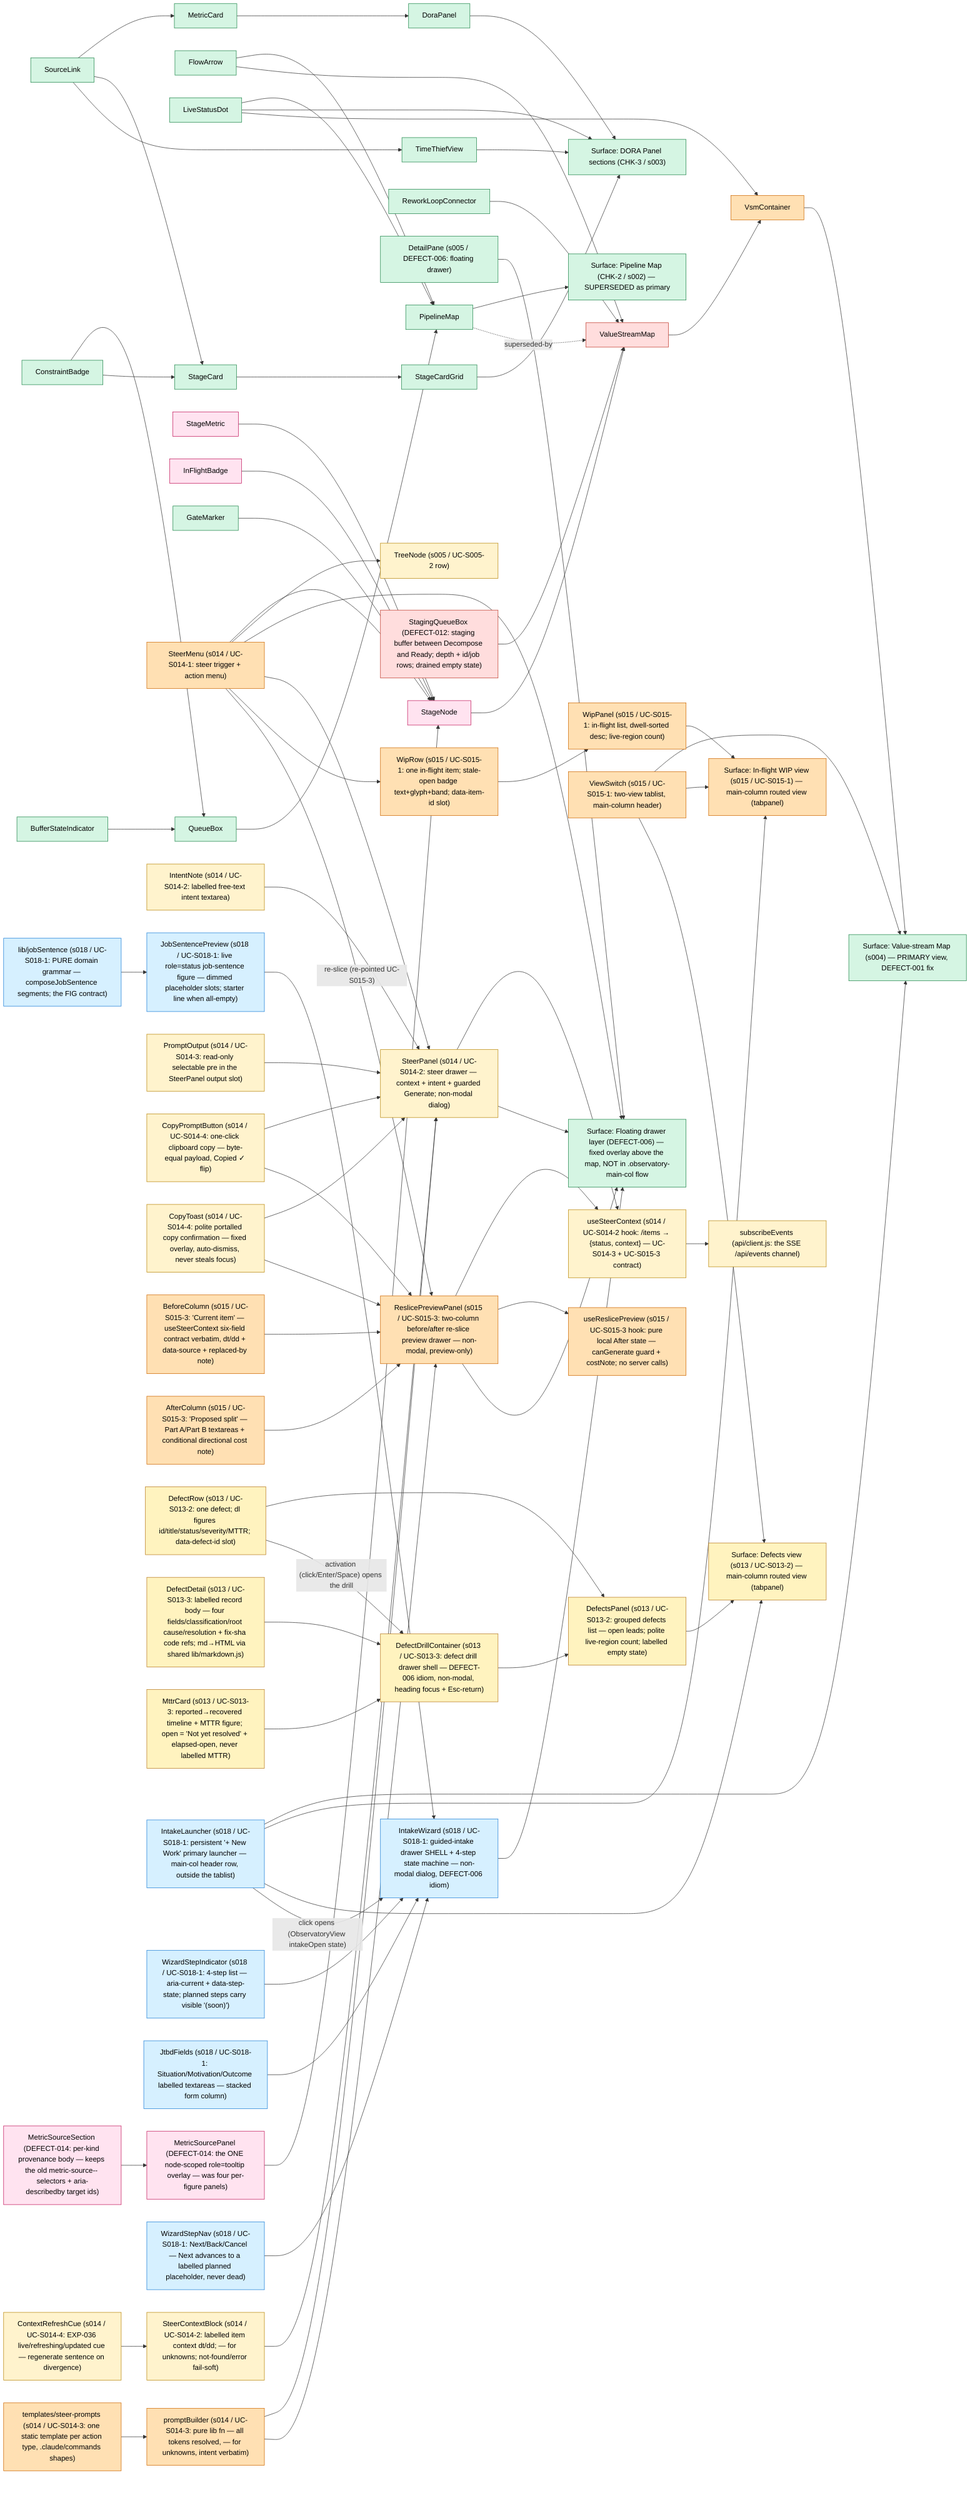
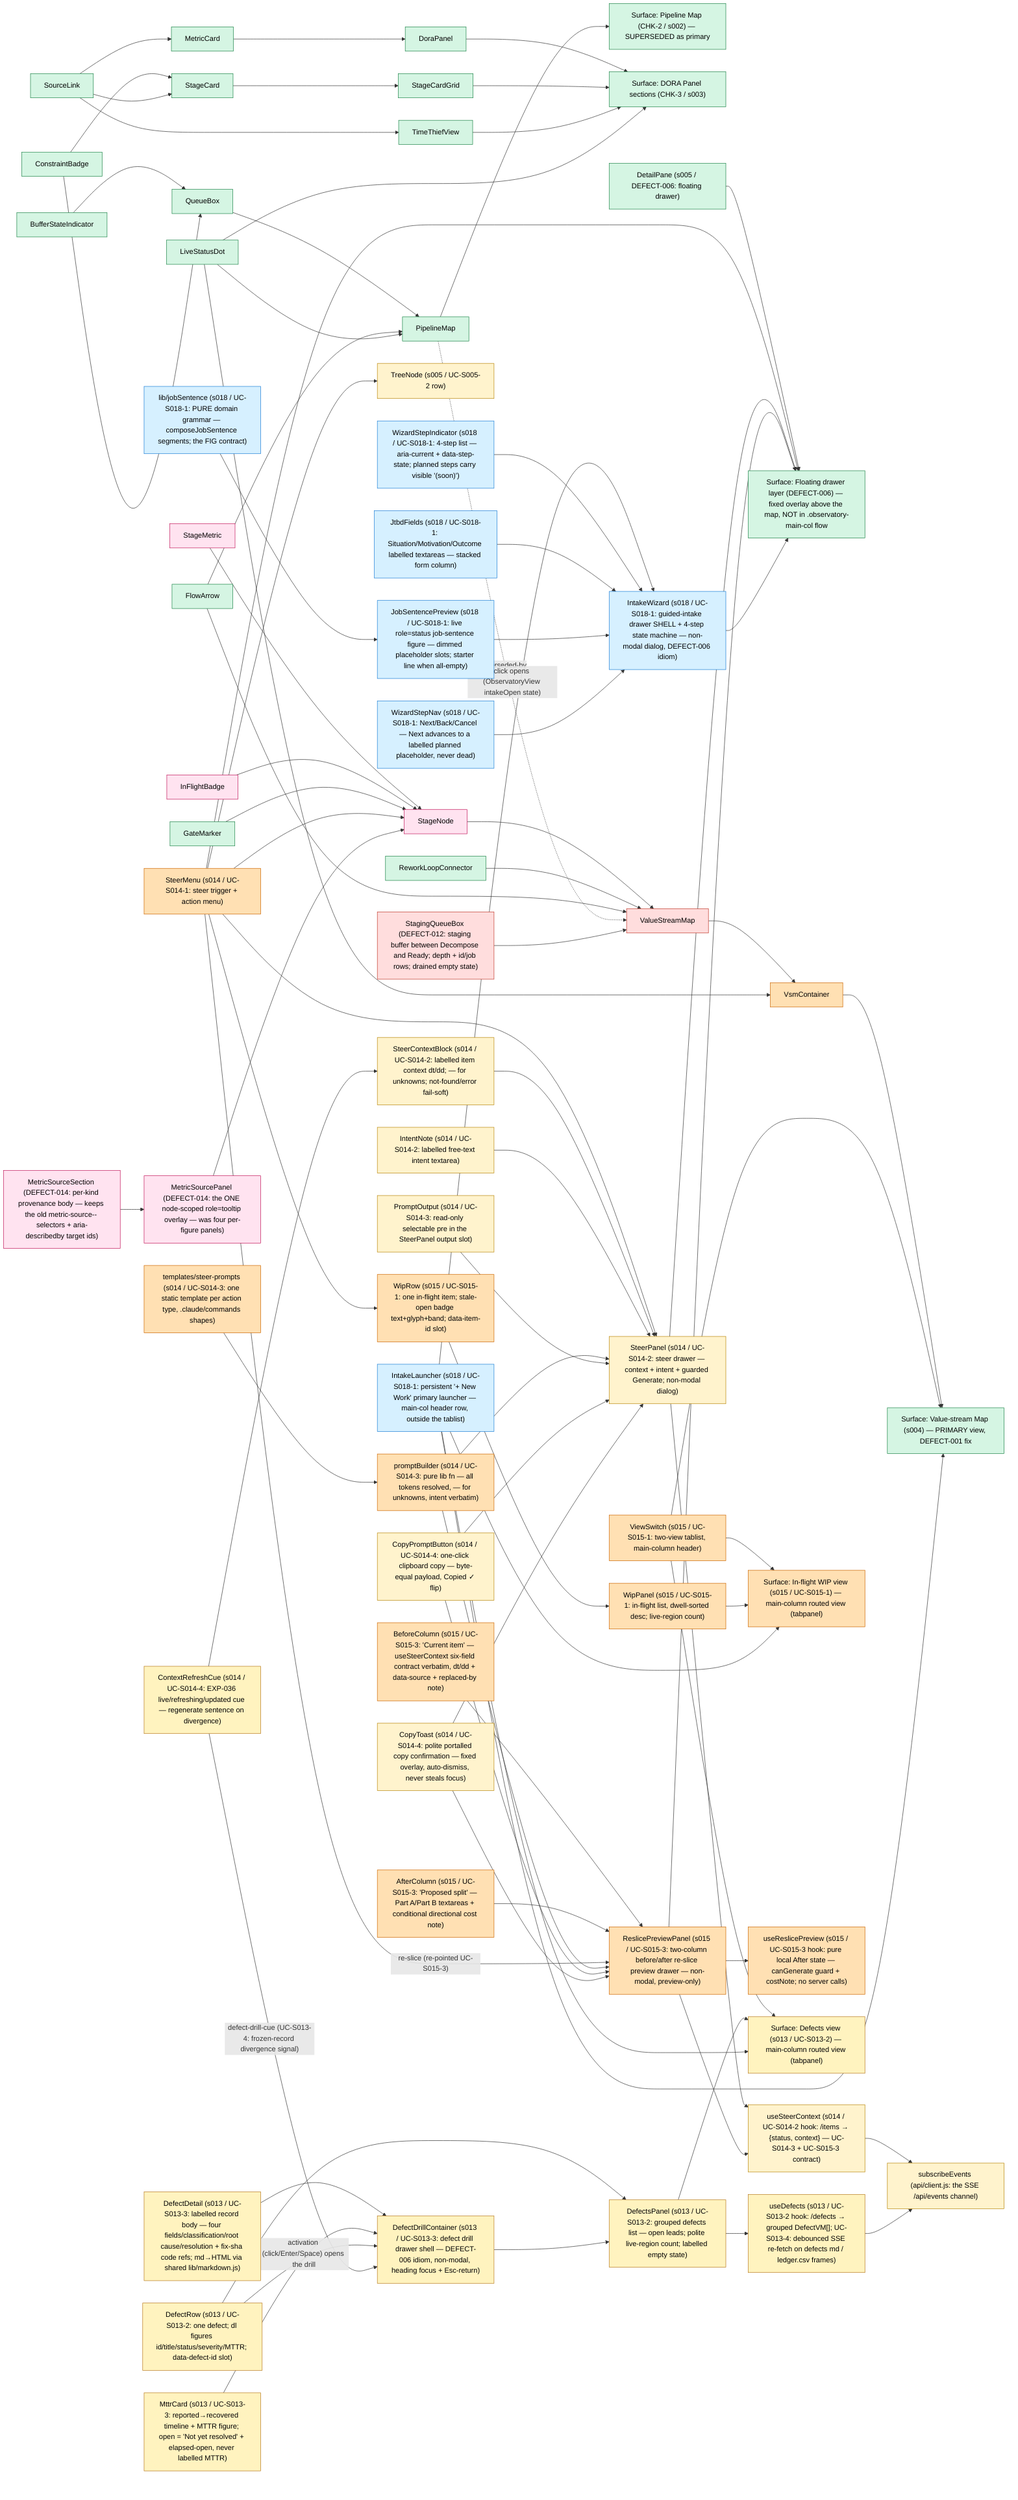
%% Observatory UI change-impact model — design-system components -> surfaces that use them.
%% Owner: ui-designer. Edges = "used by". Nodes/edges added or re-pointed in a commit
%% are marked `class ... changed` in the SAME commit; the tester consumes the marks
%% as the UI test-plan input, then they are cleared at slice delivery.
%% Seeded: s002-pipeline-map (CHK-2) — DELIVERED 2026-06-09T02:22:00Z; all nodes stable.
graph LR
  %% --- surfaces ---
  PipelineMapScreen["Surface: Pipeline Map (CHK-2 / s002) — SUPERSEDED as primary"]
  DoraPanelScreen["Surface: DORA Panel sections (CHK-3 / s003)"]
  ValueStreamScreen["Surface: Value-stream Map (s004) — PRIMARY view, DEFECT-001 fix"]
  ObservatoryDrawerLayer["Surface: Floating drawer layer (DEFECT-006) — fixed overlay above the map, NOT in .observatory-main-col flow"]

  %% --- design-system components ---
  PipelineMap["PipelineMap"]
  QueueBox["QueueBox"]
  BufferStateIndicator["BufferStateIndicator"]
  ConstraintBadge["ConstraintBadge"]
  FlowArrow["FlowArrow"]
  LiveStatusDot["LiveStatusDot"]
  DoraPanel["DoraPanel"]
  MetricCard["MetricCard"]
  StageCardGrid["StageCardGrid"]
  StageCard["StageCard"]
  TimeThiefView["TimeThiefView"]
  SourceLink["SourceLink"]
  %% s004 value-stream components (DEFECT-001 fix) — mounted as the PRIMARY view
  VsmContainer["VsmContainer"]
  ValueStreamMap["ValueStreamMap"]
  StageNode["StageNode"]
  StageMetric["StageMetric"]
  InFlightBadge["InFlightBadge"]
  GateMarker["GateMarker"]
  ReworkLoopConnector["ReworkLoopConnector"]

  %% --- used-by edges ---
  PipelineMap --> PipelineMapScreen
  QueueBox --> PipelineMap
  BufferStateIndicator --> QueueBox
  ConstraintBadge --> QueueBox
  FlowArrow --> PipelineMap
  LiveStatusDot --> PipelineMap
  %% CHK-3 (s003) used-by edges
  DoraPanel --> DoraPanelScreen
  StageCardGrid --> DoraPanelScreen
  TimeThiefView --> DoraPanelScreen
  MetricCard --> DoraPanel
  StageCard --> StageCardGrid
  ConstraintBadge --> StageCard
  SourceLink --> MetricCard
  SourceLink --> StageCard
  SourceLink --> TimeThiefView
  LiveStatusDot --> DoraPanelScreen
  %% s004 (DEFECT-001) used-by edges — the value-stream map becomes the primary surface.
  %% Runtime routing path: main.jsx mounts VsmContainer (NOT MapContainer) → ValueStreamMap.
  VsmContainer --> ValueStreamScreen
  ValueStreamMap --> VsmContainer
  StageNode --> ValueStreamMap
  StageMetric --> StageNode
  InFlightBadge --> StageNode
  GateMarker --> StageNode
  ReworkLoopConnector --> ValueStreamMap
  FlowArrow --> ValueStreamMap
  LiveStatusDot --> VsmContainer
  %% supersession: PipelineMap is no longer mounted as the primary view (still in tree, tested).
  PipelineMap -. superseded-by .-> ValueStreamMap

  %% DEFECT-006: DetailPane RE-POINTED — was an in-flow sibling of ValueStreamMap inside
  %% .observatory-main-col (reflowed the map); now a position:fixed floating drawer on its
  %% own overlay layer. The re-point is the regression-guard input for the tester (GEO-S005-3b).
  DetailPane["DetailPane (s005 / DEFECT-006: floating drawer)"]
  DetailPane --> ObservatoryDrawerLayer

  %% s014 / UC-S014-1: SteerMenu (NEW) — per-item steer trigger + body-portalled
  %% role=menu popover (4 action types). Composed READ-ONLY into the queue chips
  %% (StageNode) and the tree rows (TreeNode); onSteer(itemId, actionType) prop
  %% slot threads VsmContainer→ValueStreamMap→StageNode and WorkItemTree→TreeNode
  %% (no host logic change). The popover renders on the fixed-overlay layer
  %% (DEFECT-006 discipline) — zero flow height, own stacking context.
  %% NOTE for tester: trigger carries data-steer-item-id (NOT data-item-id — that
  %% stays the treeitem's unique selector); MetricSource reveal panels are now
  %% pointer-events:none so they cannot intercept clicks on the chips' triggers.
  TreeNode["TreeNode (s005 / UC-S005-2 row)"]
  SteerMenu["SteerMenu (s014 / UC-S014-1: steer trigger + action menu)"]
  SteerMenu --> StageNode
  SteerMenu --> TreeNode
  SteerMenu --> ObservatoryDrawerLayer

  %% s014 / UC-S014-2: SteerPanel (NEW) — the right-anchored NON-MODAL steer
  %% drawer the SteerMenu opens (DetailPane drawer IDIOM, not the component):
  %% position:fixed + portalled to document.body, z = --z-drawer + 1 (topmost
  %% over a co-open DetailPane). Regions: header → SteerContextBlock (labelled
  %% dt/dd context, data-source anchor) → IntentNote textarea → guarded
  %% "Generate prompt" (aria-disabled until ≥1 char) → UC-S014-3 output SLOT.
  %% Data: useSteerContext(itemId) fetches the EXISTING /items endpoint
  %% (READ-ONLY; no new route) → {status, context} — the contract UC-S014-3
  %% (promptBuilder) and UC-S015-3 (ReslicePreviewPanel) consume verbatim.
  %% RUNTIME ROUTING for the tester: ObservatoryView now OWNS the steer gesture
  %% — onSteer threads ObservatoryView→WorkItemTreeContainer→WorkItemTree→
  %% TreeNode→SteerMenu AND ObservatoryView→VsmContainer→ValueStreamMap→
  %% StageNode→SteerMenu (UC-S014-1's stub destination is now real); selection
  %% mounts SteerPanelContainer as a layout sibling (body-portalled overlay).
  %% Esc/×/Cancel close → focus RETURNS to the opening steer trigger.
  SteerPanel["SteerPanel (s014 / UC-S014-2: steer drawer — context + intent + guarded Generate; non-modal dialog)"]
  SteerContextBlock["SteerContextBlock (s014 / UC-S014-2: labelled item context dt/dd; — for unknowns; not-found/error fail-soft)"]
  IntentNote["IntentNote (s014 / UC-S014-2: labelled free-text intent textarea)"]
  UseSteerContext["useSteerContext (s014 / UC-S014-2 hook: /items → {status, context} — UC-S014-3 + UC-S015-3 contract)"]
  SteerMenu --> SteerPanel
  SteerPanel --> UseSteerContext
  SteerContextBlock --> SteerPanel
  IntentNote --> SteerPanel
  SteerPanel --> ObservatoryDrawerLayer

  %% s014 / UC-S014-3 THIS commit: promptBuilder (NEW) — PURE lib fn (steer
  %% action type + SteerContext + intent note → filled slash-command prompt;
  %% client-side only, NO server call on Generate). Templates are STATIC
  %% strings, one per action type, shapes matching the committed
  %% .claude/commands (/defect's four REAL fields expected/actual/intent/
  %% importance; /intake priority update; /slice-next re-slice; freeform
  %% custom). RUNTIME ROUTING for the tester: SteerPanelContainer (NOT
  %% ObservatoryView — untouched this UC) owns generation — panel onGenerate →
  %% buildPrompt → `prompt` prop → PromptOutput <pre> rendered INSIDE the
  %% UC-S014-2 reserved slot (prompt-output-slot). Output is SELECTABLE text
  %% (user-select: text); prompt carries item id WITH job sentence + operator
  %% intent VERBATIM, never raw row refs (no sourceRef path / row:N). Copy
  %% button/toast + SSE refresh are UC-S014-4 — pinned ABSENT by
  %% SteerPanelPrompt.test.jsx.
  PromptBuilder["promptBuilder (s014 / UC-S014-3: pure lib fn — all tokens resolved, — for unknowns, intent verbatim)"]
  SteerPromptTemplates["templates/steer-prompts (s014 / UC-S014-3: one static template per action type, .claude/commands shapes)"]
  PromptOutput["PromptOutput (s014 / UC-S014-3: read-only selectable pre in the SteerPanel output slot)"]
  PromptBuilder --> SteerPanel
  SteerPromptTemplates --> PromptBuilder
  PromptOutput --> SteerPanel

  %% s014 / UC-S014-4 THIS commit (part 1 — SSE seam): useSteerContext gains a
  %% DEBOUNCED subscribeEvents → in-place refresh (the useWipItems idiom): a
  %% relevant items.csv change frame re-fetches the context WITHOUT a loading
  %% reset (old context stays displayed; additive `refreshing` flag exposed for
  %% the ContextRefreshCue). Fail-soft without EventSource (jsdom → static).
  %% RUNTIME ROUTING for the tester: the refresh updates the CONTEXT BLOCK ONLY
  %% — prompt state lives in SteerPanelContainer and mutates exclusively on an
  %% explicit Generate press (PROMPT-FREEZE-1).
  SubscribeEvents["subscribeEvents (api/client.js: the SSE /api/events channel)"]
  UseSteerContext --> SubscribeEvents

  %% s014 / UC-S014-4 THIS commit (part 2 — copy + toast + cue; slice FINAL UC):
  %% CopyPromptButton (NEW) — one-click clipboard handoff INSIDE
  %% prompt-output-slot, AFTER the <pre> (tab order prompt → copy); copies the
  %% prompt prop BYTE-EQUAL to the displayed <pre> (PROMPT-COPY-1); label
  %% "Copy prompt" → "Copied ✓" (accessible name matches /copy/i in BOTH
  %% states); failed write shows NO success cue. CopyToast (NEW) — polite
  %% status region (role=status aria-live=polite), portalled to document.body
  %% + position:fixed (zero flow height — GEO-S014-4-1), auto-dismisses after
  %% --dur-toast (ONE new token), never takes focus. ContextRefreshCue (NEW) —
  %% the EXP-036 stale/live cue (LiveStatusDot idiom) on the context block:
  %% live/refreshing/updated; `updated` = "Context updated — regenerate to
  %% refresh the prompt" (the PROMPT-FREEZE-1 divergence signal; cue state is
  %% derived in SteerPanelContainer from `refreshing` + a context snapshot
  %% taken at the last Generate). RUNTIME ROUTING for the tester: SSE frame →
  %% useSteerContext refresh → context block re-renders IN PLACE; prompt state
  %% (SteerPanelContainer) is untouched — only an explicit Generate press
  %% rebuilds it. UC-S014-3's copy/toast ABSENT pins are FLIPPED in this
  %% commit (pin-flip ledger, ui-design.md UC-S014-4).
  CopyPromptButton["CopyPromptButton (s014 / UC-S014-4: one-click clipboard copy — byte-equal payload, Copied ✓ flip)"]
  CopyToast["CopyToast (s014 / UC-S014-4: polite portalled copy confirmation — fixed overlay, auto-dismiss, never steals focus)"]
  ContextRefreshCue["ContextRefreshCue (s014 / UC-S014-4: EXP-036 live/refreshing/updated cue — regenerate sentence on divergence)"]
  CopyPromptButton --> SteerPanel
  CopyToast --> SteerPanel
  ContextRefreshCue --> SteerContextBlock

  %% s015 / UC-S015-1: WIP navigation panel — ROUTED VIEW (EXP-016). ObservatoryView's
  %% main column gains a ViewSwitch tablist ("Pipeline" | "In-flight WIP") that swaps
  %% the column content between VsmContainer (default) and WipPanel. The two surfaces
  %% NEVER co-exist (inactive tabpanel is hidden AND empty → genuinely unmounted), so
  %% there is no overlay-reflow failure mode by construction (GEO-S015-1).
  %% RUNTIME ROUTING CHANGE for the tester: VsmContainer is now mounted CONDITIONALLY
  %% inside the pipeline tabpanel (was: unconditionally in .observatory-main-col) —
  %% GEO-S015-1 pins that switch-away-and-back restores a byte-identical VSM bbox.
  %% WipRow carries data-item-id — the composition slot UC-S015-2's SteerMenu reads.
  WipViewScreen["Surface: In-flight WIP view (s015 / UC-S015-1) — main-column routed view (tabpanel)"]
  ViewSwitch["ViewSwitch (s015 / UC-S015-1: two-view tablist, main-column header)"]
  WipPanel["WipPanel (s015 / UC-S015-1: in-flight list, dwell-sorted desc; live-region count)"]
  WipRow["WipRow (s015 / UC-S015-1: one in-flight item; stale-open badge text+glyph+band; data-item-id slot)"]
  ViewSwitch --> ValueStreamScreen
  ViewSwitch --> WipViewScreen
  WipPanel --> WipViewScreen
  WipRow --> WipPanel

  %% s015 / UC-S015-2 THIS commit: SteerMenu composed READ-ONLY into WipRow as the
  %% trailing row element (the TreeNode/StageNode idiom; trigger rides
  %% data-steer-item-id, the row keeps data-item-id unique). RUNTIME ROUTING for
  %% the tester: onSteer threads ObservatoryView→WipPanelContainer→WipPanel→
  %% WipRow→SteerMenu; ALL FOUR actions (incl. re-slice — explicit no-dead-end,
  %% interim until UC-S015-3 re-points that one branch) open the EXISTING
  %% SteerPanel with the item pre-loaded; close returns focus to the WIP-row trigger.
  SteerMenu --> WipRow

  %% s015 / UC-S015-3 THIS commit: ReslicePreviewPanel (NEW) — the two-column
  %% before/after re-slice preview drawer. SIBLING of SteerPanel in the SAME
  %% drawer family (steer-panel.css idiom REUSED: fixed + body-portalled +
  %% z-drawer+1, non-modal, focus move/return, Esc/×/Cancel) — style reuse,
  %% NOT component composition. Regions: h2 header → TWO-COLUMN body
  %% (BeforeColumn "Current item" = the useSteerContext six-field contract
  %% rendered VERBATIM, dt/dd + data-source | AfterColumn "Proposed split" =
  %% part-a-job/part-b-job textareas + directional cost note ONLY when both
  %% parts non-empty) → intent textarea → guarded "Looks right — generate
  %% prompt" (aria-disabled until ALL THREE fields non-empty) → reserved
  %% prompt-output-slot pinned EMPTY (prompt rendering is UC-S015-4).
  %% useReslicePreview (NEW hook) — PURE LOCAL After-state (no server calls).
  %% RUNTIME ROUTING CHANGE for the tester (RESLICE-DISPATCH-1): the
  %% ObservatoryView steer dispatch is RE-POINTED for ONE action —
  %% actionType==='re-slice' now mounts ReslicePreviewPanelContainer; the
  %% other three actions still mount SteerPanelContainer. Holds from EVERY
  %% SteerMenu origin (WIP row, tree row, VSM chip) — per-action, not
  %% per-origin. PREVIEW-ONLY: writes nothing; Generate's only output is the
  %% onGenerate({itemId, context, partAJob, partBJob, intentNote}) seam —
  %% UC-S015-4's verbatim input contract.
  ReslicePreviewPanel["ReslicePreviewPanel (s015 / UC-S015-3: two-column before/after re-slice preview drawer — non-modal, preview-only)"]
  BeforeColumn["BeforeColumn (s015 / UC-S015-3: 'Current item' — useSteerContext six-field contract verbatim, dt/dd + data-source + replaced-by note)"]
  AfterColumn["AfterColumn (s015 / UC-S015-3: 'Proposed split' — Part A/Part B textareas + conditional directional cost note)"]
  UseReslicePreview["useReslicePreview (s015 / UC-S015-3 hook: pure local After state — canGenerate guard + costNote; no server calls)"]
  BeforeColumn --> ReslicePreviewPanel
  AfterColumn --> ReslicePreviewPanel
  ReslicePreviewPanel --> UseSteerContext
  ReslicePreviewPanel --> UseReslicePreview
  ReslicePreviewPanel --> ObservatoryDrawerLayer
  %% the RE-POINTED dispatch edge: SteerMenu's re-slice action now lands here
  %% (the other three actions keep their SteerMenu --> SteerPanel adjacency).
  SteerMenu -- "re-slice (re-pointed UC-S015-3)" --> ReslicePreviewPanel

  %% s015 / UC-S015-4 THIS commit: the reserved prompt-output-slot is no longer
  %% pinned EMPTY — ReslicePreviewPanelContainer now OWNS prompt generation:
  %% on Generate it calls the ENRICHED buildPrompt('re-slice', context,
  %% intentNote, {partAJob, partBJob}) (PromptBuilder gained the optional 4th
  %% arg; templates/steer-prompts/re-slice.js gained the named
  %% RESLICE_SPLIT_TEMPLATE with {{part_a_job}}/{{part_b_job}} — the plain
  %% default export is byte-identical to s014, all 3-arg call sites unchanged)
  %% and renders the result into the slot via the s014 PromptOutput idiom
  %% (mono/40vh/selectable <pre>) with the DELIVERED CopyPromptButton +
  %% CopyToast REUSED (byte-equal clipboard, polite toast — not forked).
  %% PROMPT-FREEZE-1 inherited: prompt state lives in the container and
  %% mutates ONLY on an explicit Generate; SSE context refresh re-renders the
  %% Before column, never the prompt. NOTE for tester: the UC-S015-3 e2e pin
  %% "slot stays EMPTY after Generate" is FLIPPED (traceably, in
  %% reslice-preview.spec.js); content/GEO/copy pins live in
  %% e2e/reslice-prompt.spec.js + the REUSE_SERVER=1 real-data probe
  %% e2e/reslice-prompt-real-data.spec.js.
  PromptBuilder --> ReslicePreviewPanel
  CopyPromptButton --> ReslicePreviewPanel
  CopyToast --> ReslicePreviewPanel

  %% DEFECT-012: StagingQueueBox (NEW) — the staging buffer ("decomposed,
  %% awaiting triage") rendered INSIDE ValueStreamMap's queue lane BETWEEN the
  %% Decompose and Ready stage nodes, wrapped with two MiniArrows in the
  %% .staging-handoff flex item (replaces the old decompose→ready FlowArrow).
  %% Data: VsmContainer loads GET /queues/staging (getStagingQueue) and passes
  %% the {queue,depth,rows} envelope down; re-fetches on a staging.csv SSE frame.
  %% NOTE for tester: box is NOT focusable (A11Y-3 tab walk unchanged); testid
  %% staging-buffer (NOT stage-*); depth 0 renders an explicit drained state.
  StagingQueueBox["StagingQueueBox (DEFECT-012: staging buffer between Decompose and Ready; depth + id/job rows; drained empty state)"]
  StagingQueueBox --> ValueStreamMap

  %% s013 / UC-S013-2: Defects view — THIRD ROUTED VIEW in the main column.
  %% ViewSwitch (s015, EXTENDED — no fork: the TABS table grew to three; the
  %% active/onSelect contract is unchanged) now fans out to THREE view screens.
  %% DefectsPanel lists the /defects records grouped CONFIRMED-first then CLOSED
  %% (grouping/sort in useDefects — the panel is pure render); same hidden-AND-
  %% empty tabpanel discipline as the WIP view (GEO-S013-2-1: lossless switch).
  %% NOTE for tester: DefectRow carries data-defect-id (NOT data-item-id — that
  %% stays the tree/WIP unique contract) — the slot UC-S013-3's drill composes
  %% against. Open row cue = "OPEN" text + ⚠ glyph + --c-state-over band (never
  %% colour alone); ledger-only null severity renders "—"; open MTTR renders
  %% "open", never "0". Heading focus is a LAYOUT effect (sha 0c2b49c idiom —
  %% deterministic on mount, never racing a re-render).
  DefectsViewScreen["Surface: Defects view (s013 / UC-S013-2) — main-column routed view (tabpanel)"]
  DefectsPanel["DefectsPanel (s013 / UC-S013-2: grouped defects list — open leads; polite live-region count; labelled empty state)"]
  DefectRow["DefectRow (s013 / UC-S013-2: one defect; dl figures id/title/status/severity/MTTR; data-defect-id slot)"]
  ViewSwitch --> DefectsViewScreen
  DefectsPanel --> DefectsViewScreen
  DefectRow --> DefectsPanel

  %% s013 / UC-S013-3: defect drill-down + MTTR card. DefectDrillContainer is
  %% the THIRD consumer of the DEFECT-006 floating-drawer IDIOM (after
  %% DetailPane + SteerPanel) — position:fixed, body-portalled, drawer tokens,
  %% NON-modal; DetailPane.jsx itself NOT edited (item-coupled, read-only reuse
  %% slot shared with UC-S005-3). The drill is a PURE PROJECTION of the raw
  %% record the list hook already holds (record rides the DefectVM — no extra
  %% fetch, no server change). DefectDetail renders the seven md-bearing fields
  %% through the SHARED lib/markdown.js transform (mdToHtml FACTORED OUT of
  %% ArtifactView this commit — one markdown path in the codebase). MttrCard
  %% owns the duration humanisation (reuses formatMttr from useDefects);
  %% open state = "Not yet resolved" + elapsed figure NEVER labelled "MTTR".
  %% NOTE for tester: row trigger data-testid=defect-row-trigger (role=button,
  %% Enter+Space); data-defect-id continuity row → drawer; Esc/× returns focus
  %% to the originating row; GEO-S013-3-1 pure-overlay invariant.
  DefectDrillContainer["DefectDrillContainer (s013 / UC-S013-3: defect drill drawer shell — DEFECT-006 idiom, non-modal, heading focus + Esc-return)"]
  DefectDetail["DefectDetail (s013 / UC-S013-3: labelled record body — four fields/classification/root cause/resolution + fix-sha code refs; md→HTML via shared lib/markdown.js)"]
  MttrCard["MttrCard (s013 / UC-S013-3: reported→recovered timeline + MTTR figure; open = 'Not yet resolved' + elapsed-open, never labelled MTTR)"]
  DefectDetail --> DefectDrillContainer
  MttrCard --> DefectDrillContainer
  DefectRow -->|"activation (click/Enter/Space) opens the drill"| DefectDrillContainer
  DefectDrillContainer --> DefectsPanel
+ 
+   %% s013 / UC-S013-4 THIS commit — SSE live refresh for the defects view
+   %% (slice FINAL UC). UseDefects (the UC-S013-2 hook, now surfaced as a node —
+   %% the SSE seam must be visible) gains the useWipItems DEBOUNCED
+   %% subscribeEvents → in-place refresh; RELEVANT frames are defects/*.md AND
+   %% ledger.csv (MTTR is a ledger join), unlike the items.csv-only steer hook.
+   %% Refresh is IN-PLACE (no remount/loading flash; the polite count line in
+   %% DefectsPanel is the announce slot). DRILL FREEZE (EXP-036, the
+   %% PROMPT-FREEZE idiom): DefectsPanelContainer snapshots {id,record} at
+   %% activation; on divergence the open drawer stays FROZEN and a
+   %% ContextRefreshCue (SECOND consumer — testId/wording now injectable,
+   %% steer defaults byte-identical) flips to 'updated' ("Record updated —
+   %% re-open to refresh"); content refreshes only on explicit row
+   %% re-activation; a refresh that DROPS the selected id closes the drill
+   %% gracefully. RUNTIME ROUTING for the tester: SSE frame → useDefects
+   %% re-fetch → list + count line update live; open drawer NEVER silently
+   %% mutates (defect-drill-cue is the divergence signal).
+   UseDefects["useDefects (s013 / UC-S013-2 hook: /defects → grouped DefectVM[]; UC-S013-4: debounced SSE re-fetch on defects md / ledger.csv frames)"]
+   DefectsPanel --> UseDefects
+   UseDefects --> SubscribeEvents
+   ContextRefreshCue -->|"defect-drill-cue (UC-S013-4: frozen-record divergence signal)"| DefectDrillContainer

  %% s018 / UC-S018-1 THIS commit: guided cost-of-delay intake — wizard SHELL +
  %% JTBD step 1. IntakeLauncher (NEW) is a persistent primary button in the
  %% .observatory-main-col header ROW beside the ViewSwitch tablist (OUTSIDE
  %% role=tablist; the tablist keeps its pre-s018 left-anchored bbox — the
  %% launcher rides margin-left:auto on the RIGHT, a deliberate GEO-S018-1-3
  %% resolution of the ui-design left/right freedom). Persistent across ALL
  %% THREE routed views (it lives in the header, not a tabpanel). IntakeWizard
  %% (NEW) is the FIFTH consumer of the DEFECT-006 drawer idiom (css idiom
  %% reuse, NOT component composition): body-portalled fixed NON-modal dialog,
  %% z-drawer+1, --wizard-width (the ONE new token). It OWNS the 4-step state
  %% machine (the UC-S018-2/3/4 mount seam); step 1 built (JtbdFields three
  %% labelled textareas + JobSentencePreview role=status live figure fed by
  %% the PURE lib/jobSentence.js grammar — never "undefined"; all-empty →
  %% starter line); steps 2-4 planned-not-dead (Next → labelled
  %% wizard-step-placeholder, Back preserves the draft). NO-WRITE: step 1
  %% issues ZERO network calls of any kind (first read lands in UC-S018-3).
  %% RUNTIME ROUTING for the tester: ObservatoryView delta is MINIMAL — one
  %% intakeOpen useState + a header row wrapping [ViewSwitch][IntakeLauncher] +
  %% one conditional IntakeWizard drawer sibling; the view union / TABS /
  %% tabpanels are UNTOUCHED (pinned by ObservatoryViewIntake.test.jsx).
  %% Esc/×/Cancel close → focus returns to the launcher; heading focus on open.
  IntakeLauncher["IntakeLauncher (s018 / UC-S018-1: persistent '+ New Work' primary launcher — main-col header row, outside the tablist)"]
  IntakeWizard["IntakeWizard (s018 / UC-S018-1: guided-intake drawer SHELL + 4-step state machine — non-modal dialog, DEFECT-006 idiom)"]
  WizardStepIndicator["WizardStepIndicator (s018 / UC-S018-1: 4-step list — aria-current + data-step-state; planned steps carry visible '(soon)')"]
  JtbdFields["JtbdFields (s018 / UC-S018-1: Situation/Motivation/Outcome labelled textareas — stacked form column)"]
  JobSentencePreview["JobSentencePreview (s018 / UC-S018-1: live role=status job-sentence figure — dimmed placeholder slots; starter line when all-empty)"]
  WizardStepNav["WizardStepNav (s018 / UC-S018-1: Next/Back/Cancel — Next advances to a labelled planned placeholder, never dead)"]
  JobSentenceLib["lib/jobSentence (s018 / UC-S018-1: PURE domain grammar — composeJobSentence segments; the FIG contract)"]
  IntakeLauncher --> ValueStreamScreen
  IntakeLauncher --> WipViewScreen
  IntakeLauncher --> DefectsViewScreen
  IntakeLauncher -- "click opens (ObservatoryView intakeOpen state)" --> IntakeWizard
  IntakeWizard --> ObservatoryDrawerLayer
  WizardStepIndicator --> IntakeWizard
  JtbdFields --> IntakeWizard
  JobSentencePreview --> IntakeWizard
  WizardStepNav --> IntakeWizard
  JobSentenceLib --> JobSentencePreview

  classDef delivered fill:#d5f5e3,stroke:#1e8449,color:#000;
  %% CHK-3 (s003) DROPPED — scope absorbed into CHK-2 restated done-condition (s004 delivered).
  %% s004 DELIVERED 2026-06-10T11:00:00Z — CHK-2 done-condition MET.
  %% DEFECT-006 FIXED — DetailPane floating-drawer re-point delivered as part of s005 (CHK-4 done 2026-06-10T19:00:00Z).
  %% All of the above: s003-changed, s004changed, defect006changed marks cleared at their delivery.
  %% (ValueStreamMap moved to def012changed below — DEFECT-012 queue-lane re-route.)
  %% (StageMetric/InFlightBadge moved to def014changed below — per-figure
  %% MetricSource render removed, aria-describedby now targets the shared panel's sections.)
  class PipelineMapScreen,PipelineMap,QueueBox,BufferStateIndicator,ConstraintBadge,FlowArrow,LiveStatusDot,DoraPanelScreen,DoraPanel,MetricCard,StageCardGrid,StageCard,TimeThiefView,SourceLink,ValueStreamScreen,VsmContainer,GateMarker,ReworkLoopConnector,DetailPane,ObservatoryDrawerLayer delivered;
  %% s014 still in-flight: UC-S014-1+2 done but UC-S014-3/4 planned; SteerMenu+StageNode+TreeNode
  %% remain in blast radius for the remaining s014 UCs (prompt builder, clipboard/SSE).
  %% UC-S014-2 THIS commit: SteerPanel/SteerContextBlock/IntentNote/useSteerContext added;
  %% SteerMenu→SteerPanel edge made real (onSteer now opens the panel — ObservatoryView +
  %% WorkItemTreeContainer carry the pass-through). Tester UI test-plan input.
  %% Convention: s014changed cleared only at full s014 slice delivery after tester final sign-off.
  classDef s014changed fill:#fff3cd,stroke:#b8860b,color:#000;
  %% UC-S014-3 THIS commit: PromptBuilder/SteerPromptTemplates/PromptOutput added;
  %% SteerPanel + its container gained the prompt prop + generation wiring
  %% (ObservatoryView untouched). Tester UI test-plan input.
  %% UC-S014-4 part 1: SubscribeEvents node + UseSteerContext --> SubscribeEvents
  %% edge added (debounced SSE in-place refresh). Part 2: CopyPromptButton/
  %% CopyToast/ContextRefreshCue added (copy handoff + EXP-036 cue); SteerPanel
  %% gained toast state + refreshCue prop; SteerPanelContainer gained the
  %% PROMPT-FREEZE-1 snapshot + cue derivation. Tester UI test-plan input.
  %% UC-S015-4: PromptBuilder + SteerPromptTemplates MOVED to s015changed below
  %% (s014 delivered 2026-06-12T15:33Z; the re-slice template/builder extension
  %% is s015's change — tester test-plan input for THIS slice).
  %% (StageNode moved to def014changed below — s014 delivered 2026-06-12T15:33Z;
  %% the composite source-panel reshape is DEF-014's change.)
-   class SteerMenu,TreeNode,SteerPanel,SteerContextBlock,IntentNote,UseSteerContext,PromptOutput,SubscribeEvents,CopyPromptButton,CopyToast,ContextRefreshCue s014changed;
+   %% (ContextRefreshCue moved to s013changed below — s014 delivered
+   %% 2026-06-12T15:33Z; the additive testId/wording overrides are UC-S013-4's
+   %% change — second consumer, steer defaults byte-identical.)
+   class SteerMenu,TreeNode,SteerPanel,SteerContextBlock,IntentNote,UseSteerContext,PromptOutput,SubscribeEvents,CopyPromptButton,CopyToast s014changed;
  %% s015 / UC-S015-1 nodes added + VsmContainer re-pointed (conditional
  %% mount inside the pipeline tabpanel); UC-S015-2 adds the SteerMenu --> WipRow
  %% edge (trailing steer composition; SteerMenu joins the s015 blast radius —
  %% it keeps its s014changed mark, s014 still in flight, but the WipRow hosting
  %% edge is s015's). Tester UI test-plan input; cleared at s015 delivery after
  %% the tester consumes.
  classDef s015changed fill:#ffe0b3,stroke:#cc6600,color:#000;
  class WipViewScreen,ViewSwitch,WipPanel,WipRow,VsmContainer,SteerMenu s015changed;
  %% DEFECT-012 — StagingQueueBox added + ValueStreamMap queue lane re-routed
  %% (decompose→staging→ready connectors); cleared at delivery after the tester consumes.
  classDef def012changed fill:#fdd,stroke:#c0392b,color:#000;
  class StagingQueueBox,ValueStreamMap def012changed;
  %% s013 / UC-S013-2 — DefectsViewScreen/DefectsPanel/DefectRow added THIS commit;
  %% ViewSwitch EXTENDED to three tabs in the same commit (it keeps its s015changed
  %% mark — s015 is still in flight — but it IS in the s013 blast radius too: the
  %% ViewSwitch --> DefectsViewScreen edge above is s013's). Tester UI test-plan
  %% input; cleared at s013 delivery after the tester consumes.
  classDef s013changed fill:#fff3bf,stroke:#b7791f,color:#000;
  %% UC-S013-3 THIS commit — DefectDrillContainer/DefectDetail/MttrCard added;
  %% DefectRow activation edge wired (the reserved drill slot). Tester UI
  %% test-plan input; cleared at s013 delivery after the tester consumes.
-   class DefectsViewScreen,DefectsPanel,DefectRow,DefectDrillContainer,DefectDetail,MttrCard s013changed;
+   %% UC-S013-4 THIS commit — UseDefects node surfaced + UseDefects -->
+   %% SubscribeEvents edge (debounced SSE in-place refresh, defects md +
+   %% ledger.csv frames); DefectsPanelContainer gained the activation-snapshot
+   %% freeze (EXP-036); ContextRefreshCue gained additive testId/wording
+   %% overrides (second consumer: defect-drill-cue) and joins the s013 blast
+   %% radius. Tester UI test-plan input; cleared at s013 delivery after the
+   %% tester consumes.
+   class DefectsViewScreen,DefectsPanel,DefectRow,DefectDrillContainer,DefectDetail,MttrCard,UseDefects,ContextRefreshCue s013changed;
  %% s015 / UC-S015-3 THIS commit — ReslicePreviewPanel/BeforeColumn/AfterColumn/
  %% UseReslicePreview added; the ObservatoryView re-slice dispatch branch
  %% RE-POINTED to ReslicePreviewPanel (SteerMenu -- re-slice --> ReslicePreviewPanel;
  %% the other three actions keep SteerMenu --> SteerPanel). UseSteerContext is in
  %% the UC-S015-3 blast radius too (Before-column reuse; it keeps its s014changed
  %% mark — s014 still in flight). Tester UI test-plan input; cleared at s015
  %% delivery after the tester consumes. (Separate class statement so parallel
  %% UC commits do not collide on one line.)
  class ReslicePreviewPanel,BeforeColumn,AfterColumn,UseReslicePreview s015changed;
  %% s015 / UC-S015-4 THIS commit — PromptBuilder EXTENDED (optional 4th arg
  %% {partAJob,partBJob}; re-slice picks the enriched template when a part is
  %% non-empty) + SteerPromptTemplates EXTENDED (named RESLICE_SPLIT_TEMPLATE;
  %% default export byte-identical to s014). Both MOVED out of s014changed
  %% (s014 delivered) into the s015 blast radius. ReslicePreviewPanel gained
  %% the prompt prop + slot rendering + copy/toast wiring; its container owns
  %% generation + PROMPT-FREEZE. New edges: PromptBuilder/CopyPromptButton/
  %% CopyToast --> ReslicePreviewPanel. Tester UI test-plan input; cleared at
  %% s015 delivery after the tester consumes. (Separate class statement so
  %% parallel UC commits do not collide on one line.)
  class PromptBuilder,SteerPromptTemplates s015changed;
  %% s018 / UC-S018-1 THIS commit — IntakeLauncher/IntakeWizard/
  %% WizardStepIndicator/JtbdFields/JobSentencePreview/WizardStepNav/
  %% JobSentenceLib added (see the s018 block above for the runtime routing).
  %% Tester UI test-plan input; cleared at s018 delivery after the tester
  %% consumes. (Separate class statement — parallel UC commits do not collide.)
  classDef s018changed fill:#d6f0ff,stroke:#1c7ed6,color:#000;
  class IntakeLauncher,IntakeWizard,WizardStepIndicator,JtbdFields,JobSentencePreview,WizardStepNav,JobSentenceLib s018changed;

  %% DEFECT-014 THIS commit — node hover/focus+Enter used to open FOUR per-figure
  %% MetricSource panels in an overlapping stack; ui-designer ruling (b): ONE
  %% node-scoped composite panel with the four metrics SECTIONED. MetricSource.jsx
  %% split into MetricSourcePanel (role=tooltip container, hidden from node `open`,
  %% data-testid="metric-source-<stage>", pointer-events:none) + MetricSourceSection
  %% (the old per-kind body; KEEPS data-testid="metric-source-<stage>-<kind>" and
  %% the src-<stage>-<kind> id the metric values' aria-describedby points at).
  %% EDGES REDIRECTED: StageMetric/InFlightBadge/QueueDepth --> MetricSource removed
  %% (per-figure render gone); StageNode --> MetricSourcePanel added (one per node,
  %% sibling of the figures list). Interaction state (hover/Enter/Space open;
  %% Esc/leave/blur close; data-source-open attr) UNCHANGED at node level.
  %% Tester selectors: metric-source-<stage> = the one panel; per-kind section,
  %% source-file/source-event/summary selectors all unchanged. Tester UI
  %% test-plan input; cleared at DEF-014 closure after the tester consumes.
  MetricSourcePanel["MetricSourcePanel (DEFECT-014: the ONE node-scoped role=tooltip overlay — was four per-figure panels)"]
  MetricSourceSection["MetricSourceSection (DEFECT-014: per-kind provenance body — keeps the old metric-source-<stage>-<kind> selectors + aria-describedby target ids)"]
  MetricSourcePanel --> StageNode
  MetricSourceSection --> MetricSourcePanel
  classDef def014changed fill:#ffe3f0,stroke:#c2185b,color:#000;
  class StageNode,StageMetric,InFlightBadge,MetricSourcePanel,MetricSourceSection def014changed;
